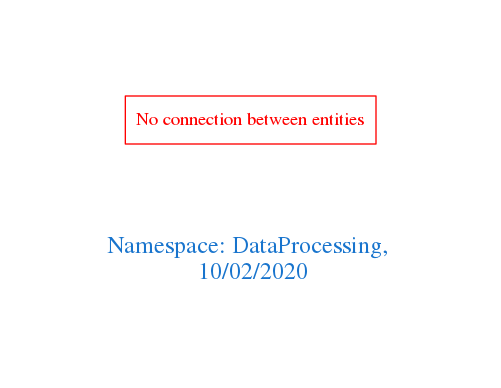
Earlier version of the Graphviz export downloads/DataProcessing.png (arago/OGIT). Its source is kept beside it as downloads/DataProcessing.dot.
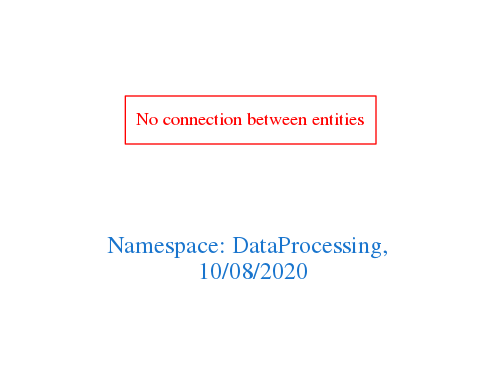
The same diagram one commit later.

What changed in the source:
```diff
@@ -1,7 +1,7 @@
 digraph OGIT_ontology {
  graph [ rankdir= LR,pad=1
 fontsize = 18,
-fontcolor= dodgerblue3,label = "\n\n\nNamespace: DataProcessing, \n 10/02/2020"];
+fontcolor= dodgerblue3,label = "\n\n\nNamespace: DataProcessing, \n 10/08/2020"];
 node[shape=polygon];
 edge [  color="gray81"];
 
```
